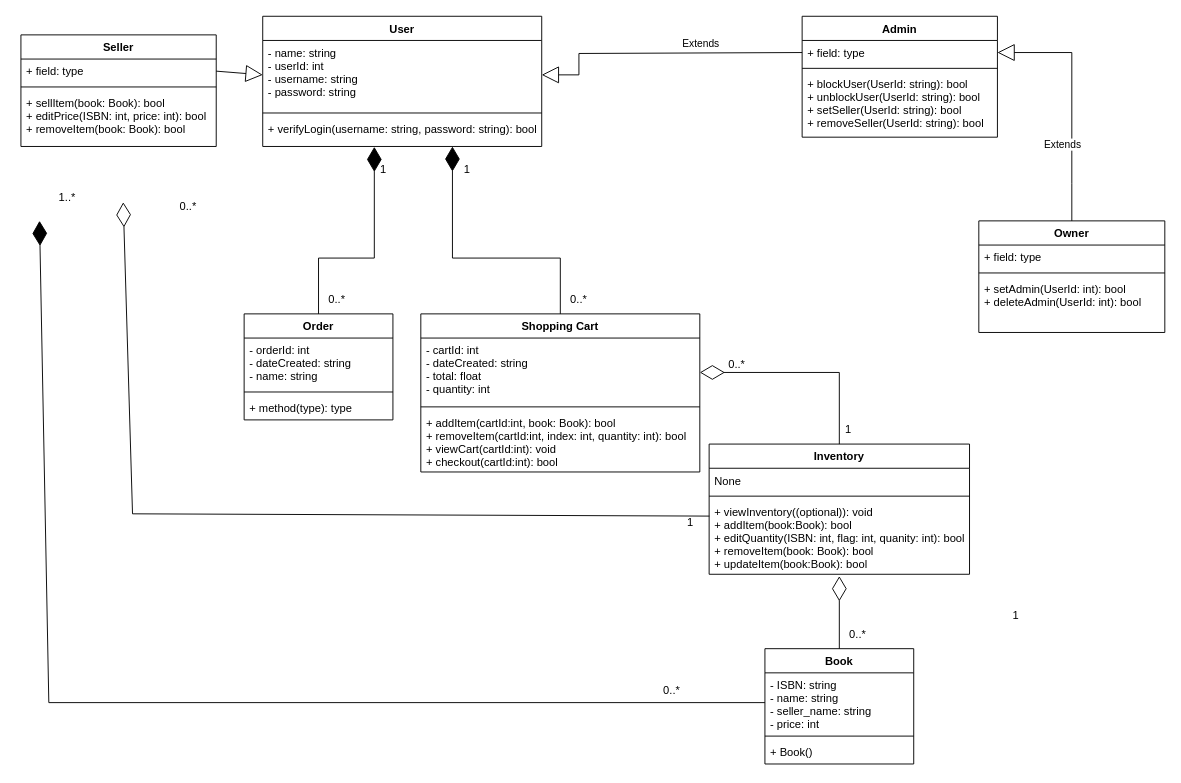
Earlier version of the draw.io diagram Class_Diagram.drawio (adl409/SE-project-Group-5). Source tidied: cells renumbered, new cells numbered last; positions are measured from the earlier drawing's top-left corner, leaving out a move shared by most shapes. Both pictures are drawn from the tidied source at 93%, with x=0, y=0 at pixel (20, 16).
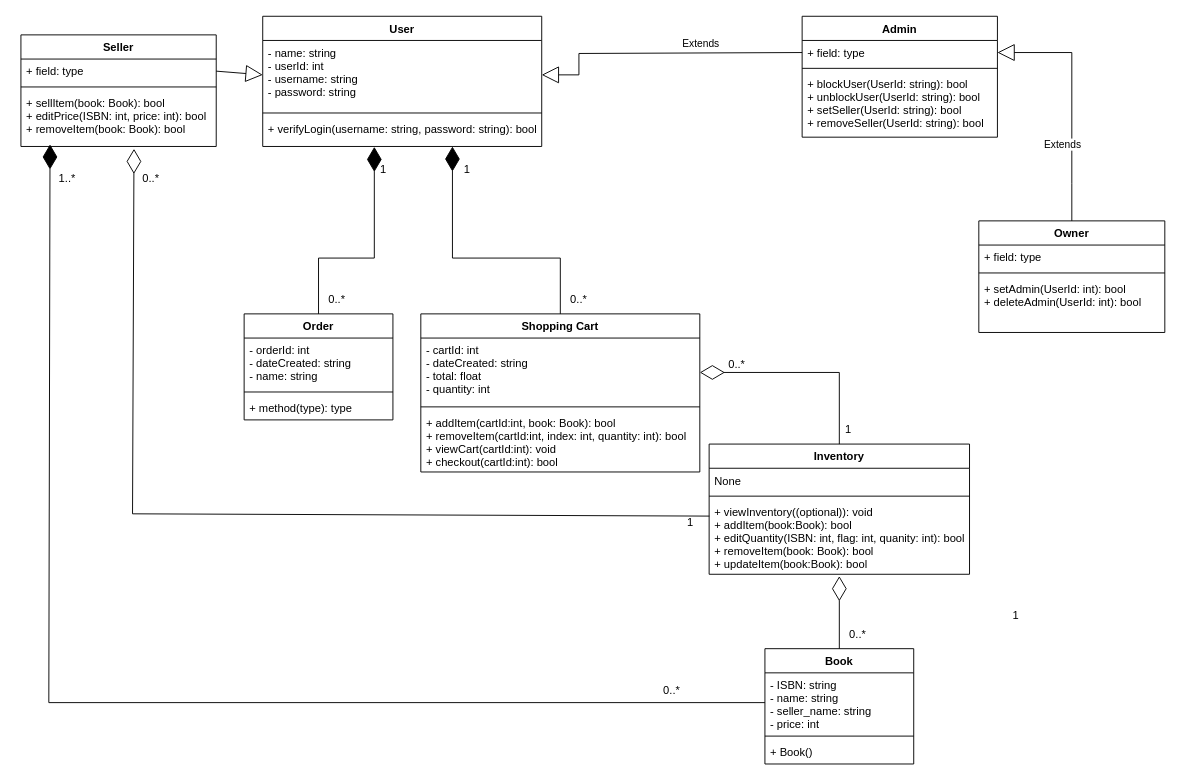
The same page after the edit.

The change refers to these unchanged cells:
```xml
<mxCell id="13" value="+ sellItem(book: Book): bool&#10;+ editPrice(ISBN: int, price: int): bool&#10;+ removeItem(book: Book): bool" style="text;strokeColor=none;fillColor=none;align=left;verticalAlign=top;spacingLeft=4;spacingRight=4;overflow=hidden;points=[[0,0.5],[1,0.5]];portConstraint=eastwest;" parent="10" vertex="1">
  <mxGeometry y="60" width="210" height="60" as="geometry" />
</mxCell>
<mxCell id="21" value="+ viewInventory((optional)): void&#10;+ addItem(book:Book): bool&#10;+ editQuantity(ISBN: int, flag: int, quanity: int): bool&#10;+ removeItem(book: Book): bool&#10;+ updateItem(book:Book): bool" style="text;strokeColor=none;fillColor=none;align=left;verticalAlign=top;spacingLeft=4;spacingRight=4;overflow=hidden;points=[[0,0.5],[1,0.5]];portConstraint=eastwest;" parent="18" vertex="1">
  <mxGeometry y="60" width="280" height="80" as="geometry" />
</mxCell>
<mxCell id="39" value="- ISBN: string&#10;- name: string&#10;- seller_name: string&#10;- price: int" style="text;strokeColor=none;fillColor=none;align=left;verticalAlign=top;spacingLeft=4;spacingRight=4;overflow=hidden;points=[[0,0.5],[1,0.5]];portConstraint=eastwest;" parent="38" vertex="1">
  <mxGeometry y="26" width="160" height="64" as="geometry" />
</mxCell>
```

The edit, as a diff of the source:
```diff
@@
     <mxCell id="46" value="1..*" style="text;strokeColor=none;align=center;fillColor=none;html=1;verticalAlign=middle;whiteSpace=wrap;rounded=0;" parent="1" vertex="1">
-      <mxGeometry x="20" y="180" width="60" height="30" as="geometry" />
+      <mxGeometry x="20" y="160" width="60" height="30" as="geometry" />
     </mxCell>
-    <mxCell id="47" style="endArrow=diamondThin;endFill=0;endSize=24;html=1;rounded=0;exitX=0.001;exitY=0.218;exitDx=0;exitDy=0;exitPerimeter=0;" parent="1" edge="1" source="21">
+    <mxCell id="47" style="endArrow=diamondThin;endFill=0;endSize=24;html=1;rounded=0;exitX=0.001;exitY=0.218;exitDx=0;exitDy=0;exitPerimeter=0;entryX=0.579;entryY=1.043;entryDx=0;entryDy=0;entryPerimeter=0;" parent="1" edge="1" source="21" target="13">
       <mxGeometry relative="1" as="geometry">
-        <mxPoint x="110" y="200" as="targetPoint" />
         <Array as="points">
           <mxPoint x="120" y="535" />
         </Array>
       </mxGeometry>
     </mxCell>
@@
     <mxCell id="49" value="0..*" style="text;strokeColor=none;align=center;fillColor=none;html=1;verticalAlign=middle;whiteSpace=wrap;rounded=0;" parent="1" vertex="1">
-      <mxGeometry x="150" y="190" width="60" height="30" as="geometry" />
+      <mxGeometry x="110" y="160" width="60" height="30" as="geometry" />
     </mxCell>
-    <mxCell id="50" style="endArrow=diamondThin;endFill=1;endSize=24;html=1;rounded=0;exitX=0;exitY=0.5;exitDx=0;exitDy=0;" parent="1" edge="1" source="39">
+    <mxCell id="50" style="endArrow=diamondThin;endFill=1;endSize=24;html=1;rounded=0;exitX=0;exitY=0.5;exitDx=0;exitDy=0;entryX=0.149;entryY=0.963;entryDx=0;entryDy=0;entryPerimeter=0;" parent="1" edge="1" source="39" target="13">
       <mxGeometry relative="1" as="geometry">
-        <mxPoint x="20" y="220" as="targetPoint" />
         <Array as="points">
           <mxPoint x="30" y="738" />
         </Array>
       </mxGeometry>
     </mxCell>
```
